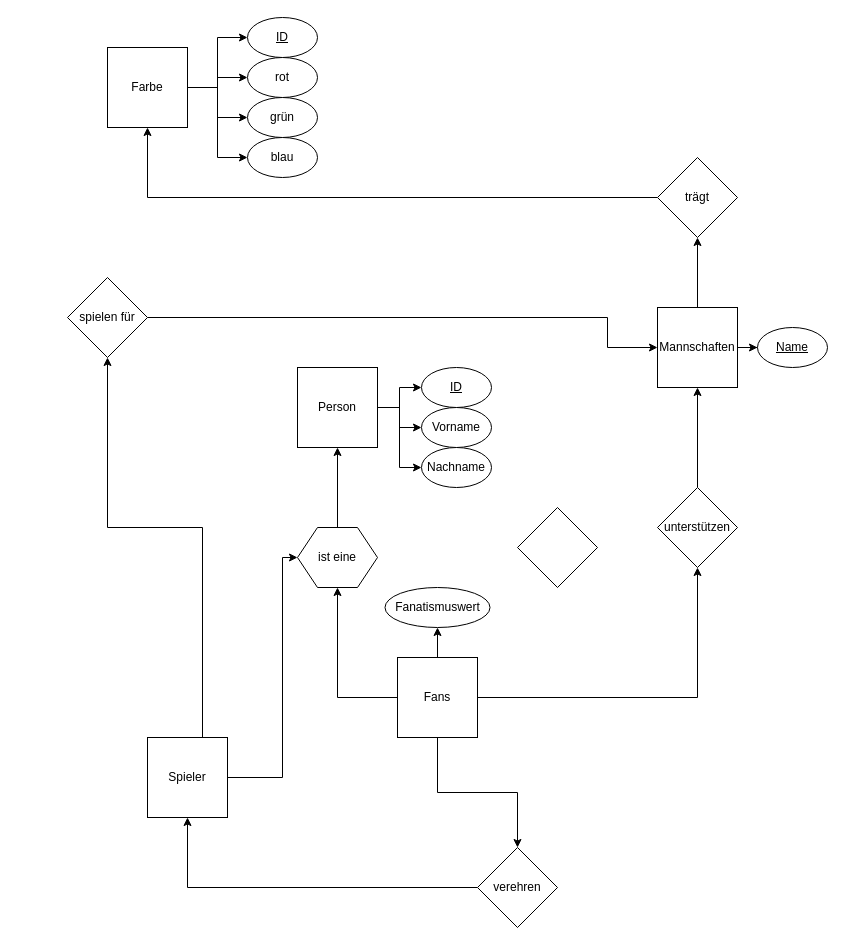
SSommer-96/bde2020 keeps this draw.io diagram as Uebung_1/Aufgabe_1.drawio. Above is the earlier version. Source tidied: cells renumbered, new cells numbered last; positions are measured from the earlier drawing's top-left corner, leaving out a move shared by most shapes. Both pictures are drawn from the tidied source at 100%, with x=0, y=0 at pixel (67, 17).
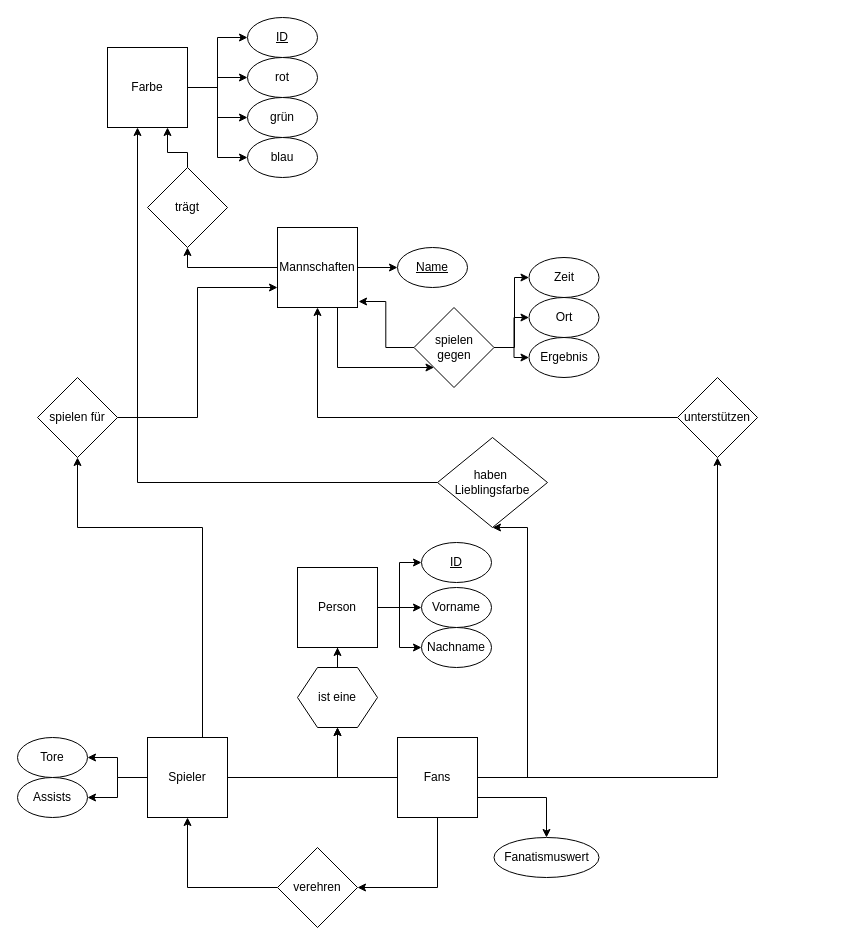
The same diagram, later.

Commit message (it also covers changes not shown here):
mehr zu Aufgabe 1

The change refers to these unchanged cells:
```xml
<mxCell id="7" value="Spieler" style="whiteSpace=wrap;html=1;" parent="1" vertex="1">
  <mxGeometry x="80" y="720" width="80" height="80" as="geometry" />
</mxCell>
<mxCell id="17" value="Farbe" style="whiteSpace=wrap;html=1;" parent="1" vertex="1">
  <mxGeometry x="40" y="30" width="80" height="80" as="geometry" />
</mxCell>
```

Change to the diagram source:
```diff
@@
+    <mxCell id="42" style="edgeStyle=orthogonalEdgeStyle;rounded=0;jettySize=auto;html=1;exitX=0.75;exitY=1;exitDx=0;exitDy=0;entryX=0;entryY=1;entryDx=0;entryDy=0;" parent="1" edge="1" source="4" target="53">
+      <mxGeometry relative="1" as="geometry" />
+    </mxCell>
     <mxCell id="4" value="Mannschaften" style="whiteSpace=wrap;html=1;" parent="1" vertex="1">
-      <mxGeometry x="590" y="290" width="80" height="80" as="geometry" />
+      <mxGeometry x="210" y="210" width="80" height="80" as="geometry" />
     </mxCell>
+    <mxCell id="6" style="edgeStyle=orthogonalEdgeStyle;rounded=0;jettySize=auto;html=1;entryX=0.5;entryY=1;entryDx=0;entryDy=0;" parent="1" edge="1" source="7" target="25">
+      <mxGeometry relative="1" as="geometry">
+        <Array as="points">
+          <mxPoint x="135" y="510" />
+        </Array>
+      </mxGeometry>
+    </mxCell>
+    <mxCell id="43" style="edgeStyle=orthogonalEdgeStyle;rounded=0;jettySize=auto;html=1;entryX=1;entryY=0.5;entryDx=0;entryDy=0;" parent="1" edge="1" source="7" target="48">
+      <mxGeometry relative="1" as="geometry" />
+    </mxCell>
+    <mxCell id="44" style="edgeStyle=orthogonalEdgeStyle;rounded=0;jettySize=auto;html=1;entryX=1;entryY=0.5;entryDx=0;entryDy=0;" parent="1" edge="1" source="7" target="47">
+      <mxGeometry relative="1" as="geometry" />
+    </mxCell>
-    <mxCell id="5" style="edgeStyle=orthogonalEdgeStyle;rounded=0;jettySize=auto;html=1;" parent="1" edge="1" source="7" target="31">
-      <mxGeometry relative="1" as="geometry">
-        <Array as="points">
-          <mxPoint x="215" y="760" />
-          <mxPoint x="215" y="540" />
-        </Array>
-      </mxGeometry>
+    <mxCell id="5" style="edgeStyle=orthogonalEdgeStyle;rounded=0;jettySize=auto;html=1;entryX=0.5;entryY=1;entryDx=0;entryDy=0;" parent="1" edge="1" source="7" target="31">
+      <mxGeometry relative="1" as="geometry" />
     </mxCell>
-    <mxCell id="6" style="edgeStyle=orthogonalEdgeStyle;rounded=0;jettySize=auto;html=1;entryX=0.5;entryY=1;entryDx=0;entryDy=0;" parent="1" edge="1" source="7" target="25">
-      <mxGeometry relative="1" as="geometry">
-        <Array as="points">
-          <mxPoint x="135" y="510" />
-        </Array>
-      </mxGeometry>
-    </mxCell>
@@
+    <mxCell id="10" style="edgeStyle=orthogonalEdgeStyle;rounded=0;jettySize=auto;html=1;" parent="1" edge="1" source="12" target="23">
+      <mxGeometry relative="1" as="geometry" />
+    </mxCell>
+    <mxCell id="45" style="edgeStyle=orthogonalEdgeStyle;rounded=0;jettySize=auto;html=1;entryX=0.5;entryY=1;entryDx=0;entryDy=0;" parent="1" edge="1" source="12" target="41">
+      <mxGeometry relative="1" as="geometry">
+        <Array as="points">
+          <mxPoint x="460" y="760" />
+          <mxPoint x="460" y="510" />
+        </Array>
+      </mxGeometry>
+    </mxCell>
-    <mxCell id="9" style="edgeStyle=orthogonalEdgeStyle;rounded=0;jettySize=auto;html=1;entryX=0.5;entryY=0;entryDx=0;entryDy=0;" parent="1" edge="1" source="12" target="21">
-      <mxGeometry relative="1" as="geometry" />
+    <mxCell id="9" style="edgeStyle=orthogonalEdgeStyle;rounded=0;jettySize=auto;html=1;entryX=1;entryY=0.5;entryDx=0;entryDy=0;" parent="1" edge="1" source="12" target="21">
+      <mxGeometry relative="1" as="geometry">
+        <Array as="points">
+          <mxPoint x="370" y="870" />
+        </Array>
+      </mxGeometry>
     </mxCell>
-    <mxCell id="10" style="edgeStyle=orthogonalEdgeStyle;rounded=0;jettySize=auto;html=1;" parent="1" edge="1" source="12" target="23">
-      <mxGeometry relative="1" as="geometry" />
-    </mxCell>
-    <mxCell id="11" style="edgeStyle=orthogonalEdgeStyle;rounded=0;jettySize=auto;html=1;entryX=0.5;entryY=1;entryDx=0;entryDy=0;" parent="1" edge="1" source="12" target="40">
-      <mxGeometry relative="1" as="geometry" />
+    <mxCell id="11" style="edgeStyle=orthogonalEdgeStyle;rounded=0;jettySize=auto;html=1;" parent="1" edge="1" source="12" target="40">
+      <mxGeometry relative="1" as="geometry">
+        <Array as="points">
+          <mxPoint x="479" y="780" />
+        </Array>
+      </mxGeometry>
     </mxCell>
     <mxCell id="12" value="Fans" style="whiteSpace=wrap;html=1;" parent="1" vertex="1">
-      <mxGeometry x="330" y="640" width="80" height="80" as="geometry" />
+      <mxGeometry x="330" y="720" width="80" height="80" as="geometry" />
     </mxCell>
@@
-    <mxCell id="18" style="edgeStyle=orthogonalEdgeStyle;rounded=0;jettySize=auto;html=1;entryX=0.5;entryY=1;entryDx=0;entryDy=0;" parent="1" edge="1" source="19" target="17">
-      <mxGeometry relative="1" as="geometry" />
+    <mxCell id="18" style="edgeStyle=orthogonalEdgeStyle;rounded=0;jettySize=auto;html=1;entryX=0.75;entryY=1;entryDx=0;entryDy=0;" parent="1" edge="1" source="19" target="17">
+      <mxGeometry relative="1" as="geometry">
+        <Array as="points">
+          <mxPoint x="120" y="135" />
+          <mxPoint x="100" y="135" />
+        </Array>
+      </mxGeometry>
     </mxCell>
     <mxCell id="19" value="trägt" style="rhombus;whiteSpace=wrap;html=1;" parent="1" vertex="1">
-      <mxGeometry x="590" y="140" width="80" height="80" as="geometry" />
+      <mxGeometry x="80" y="150" width="80" height="80" as="geometry" />
     </mxCell>
@@
     <mxCell id="21" value="verehren" style="rhombus;whiteSpace=wrap;html=1;" parent="1" vertex="1">
-      <mxGeometry x="410" y="830" width="80" height="80" as="geometry" />
+      <mxGeometry x="210" y="830" width="80" height="80" as="geometry" />
     </mxCell>
@@
     <mxCell id="23" value="unterstützen" style="rhombus;whiteSpace=wrap;html=1;" parent="1" vertex="1">
-      <mxGeometry x="590" y="470" width="80" height="80" as="geometry" />
+      <mxGeometry x="610" y="360" width="80" height="80" as="geometry" />
     </mxCell>
-    <mxCell id="24" style="edgeStyle=orthogonalEdgeStyle;rounded=0;jettySize=auto;html=1;entryX=0;entryY=0.5;entryDx=0;entryDy=0;" parent="1" edge="1" source="25" target="4">
-      <mxGeometry relative="1" as="geometry">
-        <Array as="points">
-          <mxPoint x="540" y="300" />
-          <mxPoint x="540" y="330" />
-        </Array>
-      </mxGeometry>
+    <mxCell id="24" style="edgeStyle=orthogonalEdgeStyle;rounded=0;jettySize=auto;html=1;entryX=0;entryY=0.75;entryDx=0;entryDy=0;" parent="1" edge="1" source="25" target="4">
+      <mxGeometry relative="1" as="geometry" />
     </mxCell>
     <mxCell id="25" value="spielen für" style="rhombus;whiteSpace=wrap;html=1;" parent="1" vertex="1">
-      <mxGeometry y="260" width="80" height="80" as="geometry" />
+      <mxGeometry x="-30" y="360" width="80" height="80" as="geometry" />
     </mxCell>
@@
     <mxCell id="29" value="Person" style="whiteSpace=wrap;html=1;" parent="1" vertex="1">
-      <mxGeometry x="230" y="350" width="80" height="80" as="geometry" />
+      <mxGeometry x="230" y="550" width="80" height="80" as="geometry" />
     </mxCell>
@@
     <mxCell id="31" value="ist eine" style="shape=hexagon;perimeter=hexagonPerimeter2;whiteSpace=wrap;html=1;" parent="1" vertex="1">
-      <mxGeometry x="230" y="510" width="80" height="60" as="geometry" />
+      <mxGeometry x="230" y="650" width="80" height="60" as="geometry" />
     </mxCell>
@@
     <mxCell id="36" value="&lt;u&gt;Name&lt;/u&gt;" style="ellipse;whiteSpace=wrap;html=1;" parent="1" vertex="1">
-      <mxGeometry x="690" y="310" width="70" height="40" as="geometry" />
+      <mxGeometry x="330" y="230" width="70" height="40" as="geometry" />
     </mxCell>
     <mxCell id="37" value="&lt;u&gt;ID&lt;/u&gt;" style="ellipse;whiteSpace=wrap;html=1;" parent="1" vertex="1">
-      <mxGeometry x="354" y="350" width="70" height="40" as="geometry" />
+      <mxGeometry x="354" y="525" width="70" height="40" as="geometry" />
     </mxCell>
     <mxCell id="38" value="Nachname" style="ellipse;whiteSpace=wrap;html=1;" parent="1" vertex="1">
-      <mxGeometry x="354" y="430" width="70" height="40" as="geometry" />
+      <mxGeometry x="354" y="610" width="70" height="40" as="geometry" />
     </mxCell>
     <mxCell id="39" value="Vorname" style="ellipse;whiteSpace=wrap;html=1;" parent="1" vertex="1">
-      <mxGeometry x="354" y="390" width="70" height="40" as="geometry" />
+      <mxGeometry x="354" y="570" width="70" height="40" as="geometry" />
     </mxCell>
     <mxCell id="40" value="Fanatismuswert&lt;br&gt;" style="ellipse;whiteSpace=wrap;html=1;" parent="1" vertex="1">
-      <mxGeometry x="317.5" y="570" width="105" height="40" as="geometry" />
+      <mxGeometry x="426.5" y="820" width="105" height="40" as="geometry" />
     </mxCell>
+    <mxCell id="46" style="edgeStyle=orthogonalEdgeStyle;rounded=0;jettySize=auto;html=1;" parent="1" edge="1" source="41" target="17">
+      <mxGeometry relative="1" as="geometry">
+        <Array as="points">
+          <mxPoint x="70" y="465" />
+        </Array>
+      </mxGeometry>
+    </mxCell>
-    <mxCell id="41" style="rhombus;whiteSpace=wrap;html=1;" parent="1" vertex="1">
-      <mxGeometry x="450" y="490" width="80" height="80" as="geometry" />
+    <mxCell id="41" value="haben&amp;nbsp;&lt;br&gt;Lieblingsfarbe" style="rhombus;whiteSpace=wrap;html=1;" parent="1" vertex="1">
+      <mxGeometry x="370" y="420" width="110" height="90" as="geometry" />
     </mxCell>
+    <mxCell id="47" value="Assists" style="ellipse;whiteSpace=wrap;html=1;" parent="1" vertex="1">
+      <mxGeometry x="-50" y="760" width="70" height="40" as="geometry" />
+    </mxCell>
+    <mxCell id="48" value="Tore" style="ellipse;whiteSpace=wrap;html=1;" parent="1" vertex="1">
+      <mxGeometry x="-50" y="720" width="70" height="40" as="geometry" />
+    </mxCell>
+    <mxCell id="49" style="edgeStyle=orthogonalEdgeStyle;rounded=0;jettySize=auto;html=1;entryX=1.013;entryY=0.925;entryDx=0;entryDy=0;entryPerimeter=0;" parent="1" edge="1" source="53" target="4">
+      <mxGeometry relative="1" as="geometry" />
+    </mxCell>
+    <mxCell id="50" style="edgeStyle=orthogonalEdgeStyle;rounded=0;jettySize=auto;html=1;" parent="1" edge="1" source="53" target="55">
+      <mxGeometry relative="1" as="geometry" />
+    </mxCell>
+    <mxCell id="51" style="edgeStyle=orthogonalEdgeStyle;rounded=0;jettySize=auto;html=1;entryX=0;entryY=0.5;entryDx=0;entryDy=0;" parent="1" edge="1" source="53" target="56">
+      <mxGeometry relative="1" as="geometry">
+        <Array as="points">
+          <mxPoint x="447" y="330" />
+          <mxPoint x="447" y="260" />
+        </Array>
+      </mxGeometry>
+    </mxCell>
+    <mxCell id="52" style="edgeStyle=orthogonalEdgeStyle;rounded=0;jettySize=auto;html=1;entryX=0;entryY=0.5;entryDx=0;entryDy=0;" parent="1" edge="1" source="53" target="54">
+      <mxGeometry relative="1" as="geometry" />
+    </mxCell>
+    <mxCell id="53" value="spielen &lt;br&gt;gegen" style="rhombus;whiteSpace=wrap;html=1;" parent="1" vertex="1">
+      <mxGeometry x="346.5" y="290" width="80" height="80" as="geometry" />
+    </mxCell>
+    <mxCell id="54" value="Ergebnis" style="ellipse;whiteSpace=wrap;html=1;" parent="1" vertex="1">
+      <mxGeometry x="461.5" y="320" width="70" height="40" as="geometry" />
+    </mxCell>
+    <mxCell id="55" value="Ort" style="ellipse;whiteSpace=wrap;html=1;" parent="1" vertex="1">
+      <mxGeometry x="461.5" y="280" width="70" height="40" as="geometry" />
+    </mxCell>
+    <mxCell id="56" value="Zeit" style="ellipse;whiteSpace=wrap;html=1;" parent="1" vertex="1">
+      <mxGeometry x="461.5" y="240" width="70" height="40" as="geometry" />
+    </mxCell>
```
